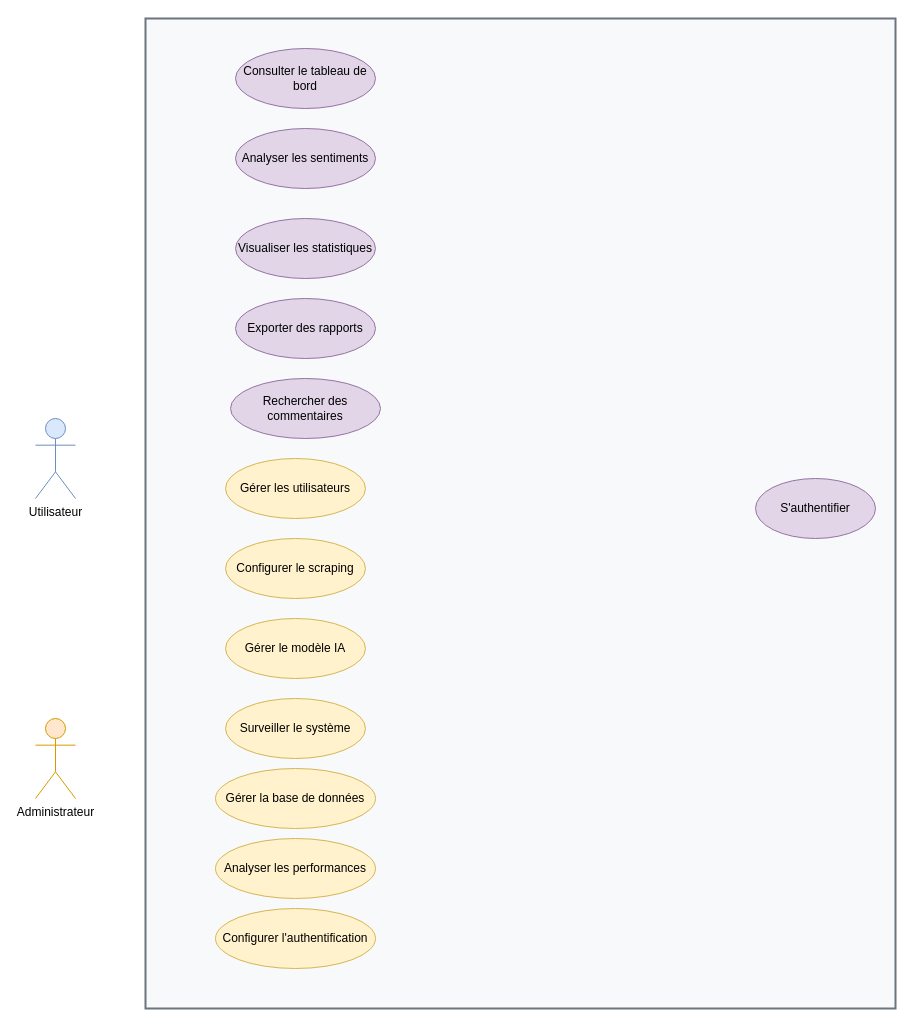
Earlier version of the draw.io diagram drawio/usecase.drawio (adilonam/latex-sentiment). Source tidied: cells renumbered, new cells numbered last; positions are measured from the earlier drawing's top-left corner, leaving out a move shared by most shapes. Both pictures are drawn from the tidied source at 100%, with x=0, y=0 at pixel (35, 18).
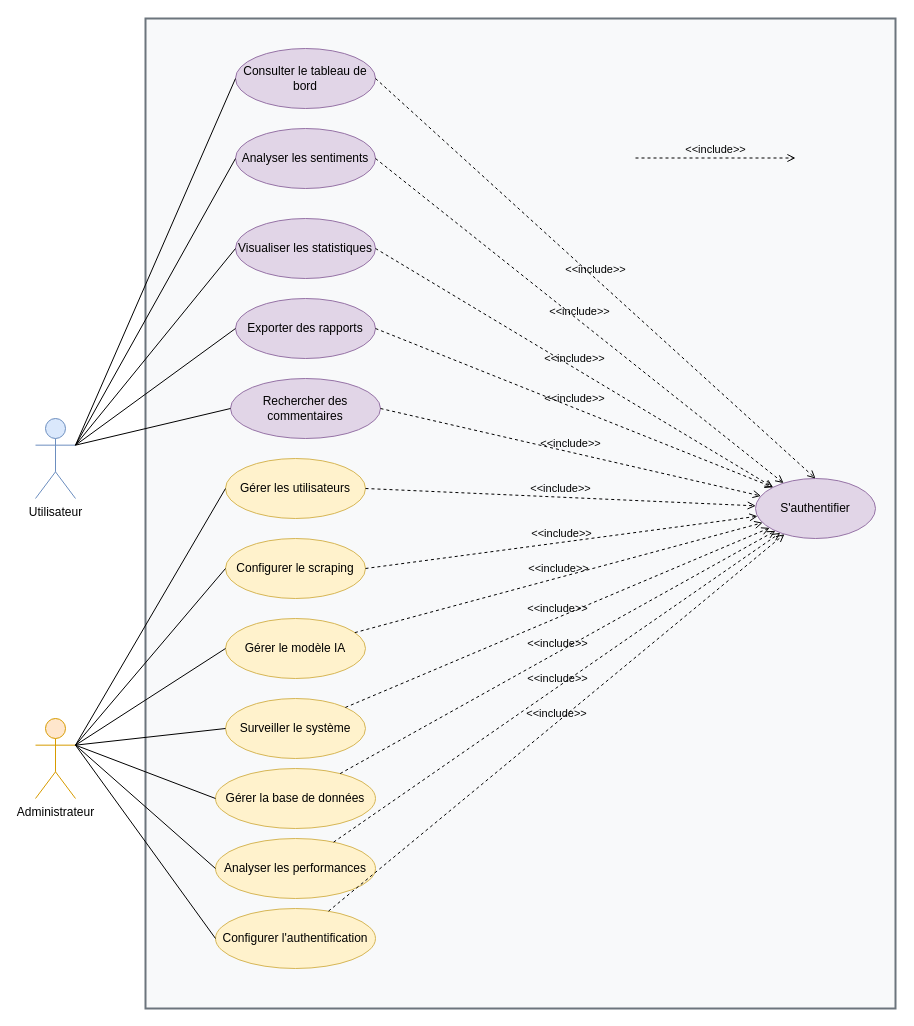
After the change.

Commit message:
draw io use case

The change refers to these unchanged cells:
```xml
<mxCell id="3" value="Utilisateur" style="shape=umlActor;html=1;verticalLabelPosition=bottom;verticalAlign=top;align=center;fillColor=#dae8fc;strokeColor=#6c8ebf;" parent="1" vertex="1">
  <mxGeometry y="400" width="40" height="80" as="geometry" />
</mxCell>
<mxCell id="4" value="Administrateur" style="shape=umlActor;html=1;verticalLabelPosition=bottom;verticalAlign=top;align=center;fillColor=#ffe6cc;strokeColor=#d79b00;" parent="1" vertex="1">
  <mxGeometry y="700" width="40" height="80" as="geometry" />
</mxCell>
<mxCell id="5" value="S'authentifier" style="ellipse;whiteSpace=wrap;html=1;fillColor=#e1d5e7;strokeColor=#9673a6;" parent="1" vertex="1">
  <mxGeometry x="720" y="460" width="120" height="60" as="geometry" />
</mxCell>
<mxCell id="6" value="Consulter le tableau de bord" style="ellipse;whiteSpace=wrap;html=1;fillColor=#e1d5e7;strokeColor=#9673a6;" parent="1" vertex="1">
  <mxGeometry x="200" y="30" width="140" height="60" as="geometry" />
</mxCell>
<mxCell id="7" value="Analyser les sentiments" style="ellipse;whiteSpace=wrap;html=1;fillColor=#e1d5e7;strokeColor=#9673a6;" parent="1" vertex="1">
  <mxGeometry x="200" y="110" width="140" height="60" as="geometry" />
</mxCell>
<mxCell id="8" value="Visualiser les statistiques" style="ellipse;whiteSpace=wrap;html=1;fillColor=#e1d5e7;strokeColor=#9673a6;" parent="1" vertex="1">
  <mxGeometry x="200" y="200" width="140" height="60" as="geometry" />
</mxCell>
<mxCell id="9" value="Exporter des rapports" style="ellipse;whiteSpace=wrap;html=1;fillColor=#e1d5e7;strokeColor=#9673a6;" parent="1" vertex="1">
  <mxGeometry x="200" y="280" width="140" height="60" as="geometry" />
</mxCell>
<mxCell id="10" value="Rechercher des commentaires" style="ellipse;whiteSpace=wrap;html=1;fillColor=#e1d5e7;strokeColor=#9673a6;" parent="1" vertex="1">
  <mxGeometry x="195" y="360" width="150" height="60" as="geometry" />
</mxCell>
<mxCell id="11" value="Gérer les utilisateurs" style="ellipse;whiteSpace=wrap;html=1;fillColor=#fff2cc;strokeColor=#d6b656;" parent="1" vertex="1">
  <mxGeometry x="190" y="440" width="140" height="60" as="geometry" />
</mxCell>
<mxCell id="12" value="Configurer le scraping" style="ellipse;whiteSpace=wrap;html=1;fillColor=#fff2cc;strokeColor=#d6b656;" parent="1" vertex="1">
  <mxGeometry x="190" y="520" width="140" height="60" as="geometry" />
</mxCell>
<mxCell id="13" value="Surveiller le système" style="ellipse;whiteSpace=wrap;html=1;fillColor=#fff2cc;strokeColor=#d6b656;" parent="1" vertex="1">
  <mxGeometry x="190" y="680" width="140" height="60" as="geometry" />
</mxCell>
<mxCell id="14" value="Gérer le modèle IA" style="ellipse;whiteSpace=wrap;html=1;fillColor=#fff2cc;strokeColor=#d6b656;" parent="1" vertex="1">
  <mxGeometry x="190" y="600" width="140" height="60" as="geometry" />
</mxCell>
<mxCell id="15" value="Configurer l'authentification" style="ellipse;whiteSpace=wrap;html=1;fillColor=#fff2cc;strokeColor=#d6b656;" parent="1" vertex="1">
  <mxGeometry x="180" y="890" width="160" height="60" as="geometry" />
</mxCell>
<mxCell id="16" value="Gérer la base de données" style="ellipse;whiteSpace=wrap;html=1;fillColor=#fff2cc;strokeColor=#d6b656;" parent="1" vertex="1">
  <mxGeometry x="180" y="750" width="160" height="60" as="geometry" />
</mxCell>
<mxCell id="17" value="Analyser les performances" style="ellipse;whiteSpace=wrap;html=1;fillColor=#fff2cc;strokeColor=#d6b656;" parent="1" vertex="1">
  <mxGeometry x="180" y="820" width="160" height="60" as="geometry" />
</mxCell>
```

Diff of the diagram source:
```diff
@@
+    <mxCell id="18" value="&amp;lt;&amp;lt;include&amp;gt;&amp;gt;" style="html=1;verticalAlign=bottom;labelBackgroundColor=none;endArrow=open;endFill=0;dashed=1;exitX=1;exitY=0.5;exitDx=0;exitDy=0;entryX=0.5;entryY=0;entryDx=0;entryDy=0;" parent="1" edge="1" source="6" target="5">
+      <mxGeometry relative="1" as="geometry" />
+    </mxCell>
+    <mxCell id="19" value="&amp;lt;&amp;lt;include&amp;gt;&amp;gt;" style="html=1;verticalAlign=bottom;labelBackgroundColor=none;endArrow=open;endFill=0;dashed=1;exitX=1;exitY=0.5;exitDx=0;exitDy=0;entryX=0;entryY=0;entryDx=0;entryDy=0;" parent="1" edge="1" source="9" target="5">
+      <mxGeometry relative="1" as="geometry" />
+    </mxCell>
+    <mxCell id="20" value="&amp;lt;&amp;lt;include&amp;gt;&amp;gt;" style="html=1;verticalAlign=bottom;labelBackgroundColor=none;endArrow=open;endFill=0;dashed=1;exitX=1;exitY=0.5;exitDx=0;exitDy=0;" parent="1" edge="1" source="11" target="5">
+      <mxGeometry relative="1" as="geometry" />
+    </mxCell>
+    <mxCell id="21" value="&amp;lt;&amp;lt;include&amp;gt;&amp;gt;" style="html=1;verticalAlign=bottom;labelBackgroundColor=none;endArrow=open;endFill=0;dashed=1;exitX=1;exitY=0.5;exitDx=0;exitDy=0;" parent="1" edge="1" source="10" target="5">
+      <mxGeometry relative="1" as="geometry" />
+    </mxCell>
+    <mxCell id="22" value="&amp;lt;&amp;lt;include&amp;gt;&amp;gt;" style="html=1;verticalAlign=bottom;labelBackgroundColor=none;endArrow=open;endFill=0;dashed=1;" parent="1" edge="1">
+      <mxGeometry relative="1" as="geometry">
+        <mxPoint x="600" y="139.5" as="sourcePoint" />
+        <mxPoint x="760" y="139.5" as="targetPoint" />
+      </mxGeometry>
+    </mxCell>
+    <mxCell id="23" value="&amp;lt;&amp;lt;include&amp;gt;&amp;gt;" style="html=1;verticalAlign=bottom;labelBackgroundColor=none;endArrow=open;endFill=0;dashed=1;exitX=1;exitY=0.5;exitDx=0;exitDy=0;entryX=0;entryY=0;entryDx=0;entryDy=0;" parent="1" edge="1" source="8" target="5">
+      <mxGeometry relative="1" as="geometry" />
+    </mxCell>
+    <mxCell id="24" value="&amp;lt;&amp;lt;include&amp;gt;&amp;gt;" style="html=1;verticalAlign=bottom;labelBackgroundColor=none;endArrow=open;endFill=0;dashed=1;exitX=1;exitY=0.5;exitDx=0;exitDy=0;" parent="1" edge="1" source="7" target="5">
+      <mxGeometry relative="1" as="geometry" />
+    </mxCell>
+    <mxCell id="25" value="&amp;lt;&amp;lt;include&amp;gt;&amp;gt;" style="html=1;verticalAlign=bottom;labelBackgroundColor=none;endArrow=open;endFill=0;dashed=1;exitX=1;exitY=0.5;exitDx=0;exitDy=0;" parent="1" edge="1" source="12" target="5">
+      <mxGeometry relative="1" as="geometry" />
+    </mxCell>
+    <mxCell id="26" value="&amp;lt;&amp;lt;include&amp;gt;&amp;gt;" style="html=1;verticalAlign=bottom;labelBackgroundColor=none;endArrow=open;endFill=0;dashed=1;" parent="1" edge="1" source="16" target="5">
+      <mxGeometry relative="1" as="geometry" />
+    </mxCell>
+    <mxCell id="27" value="&amp;lt;&amp;lt;include&amp;gt;&amp;gt;" style="html=1;verticalAlign=bottom;labelBackgroundColor=none;endArrow=open;endFill=0;dashed=1;" parent="1" edge="1" source="17" target="5">
+      <mxGeometry relative="1" as="geometry" />
+    </mxCell>
+    <mxCell id="28" value="&amp;lt;&amp;lt;include&amp;gt;&amp;gt;" style="html=1;verticalAlign=bottom;labelBackgroundColor=none;endArrow=open;endFill=0;dashed=1;" parent="1" edge="1" source="13" target="5">
+      <mxGeometry relative="1" as="geometry" />
+    </mxCell>
+    <mxCell id="29" value="&amp;lt;&amp;lt;include&amp;gt;&amp;gt;" style="html=1;verticalAlign=bottom;labelBackgroundColor=none;endArrow=open;endFill=0;dashed=1;" parent="1" edge="1" source="14" target="5">
+      <mxGeometry relative="1" as="geometry" />
+    </mxCell>
+    <mxCell id="30" value="&amp;lt;&amp;lt;include&amp;gt;&amp;gt;" style="html=1;verticalAlign=bottom;labelBackgroundColor=none;endArrow=open;endFill=0;dashed=1;" parent="1" edge="1" source="15" target="5">
+      <mxGeometry relative="1" as="geometry" />
+    </mxCell>
+    <mxCell id="31" style="endArrow=none;html=1;exitX=1;exitY=0.3333333333333333;exitDx=0;exitDy=0;exitPerimeter=0;entryX=0;entryY=0.5;entryDx=0;entryDy=0;" parent="1" edge="1" source="4" target="17">
+      <mxGeometry relative="1" as="geometry" />
+    </mxCell>
+    <mxCell id="32" style="endArrow=none;html=1;exitX=1;exitY=0.3333333333333333;exitDx=0;exitDy=0;exitPerimeter=0;entryX=0;entryY=0.5;entryDx=0;entryDy=0;" parent="1" edge="1" source="4" target="15">
+      <mxGeometry relative="1" as="geometry" />
+    </mxCell>
+    <mxCell id="33" style="endArrow=none;html=1;exitX=0;exitY=0.5;exitDx=0;exitDy=0;entryX=1;entryY=0.3333333333333333;entryDx=0;entryDy=0;entryPerimeter=0;" parent="1" edge="1" source="16" target="4">
+      <mxGeometry relative="1" as="geometry" />
+    </mxCell>
+    <mxCell id="34" style="endArrow=none;html=1;exitX=1;exitY=0.3333333333333333;exitDx=0;exitDy=0;exitPerimeter=0;entryX=0;entryY=0.5;entryDx=0;entryDy=0;" parent="1" edge="1" source="4" target="13">
+      <mxGeometry relative="1" as="geometry" />
+    </mxCell>
+    <mxCell id="35" style="endArrow=none;html=1;entryX=0;entryY=0.5;entryDx=0;entryDy=0;exitX=1;exitY=0.3333333333333333;exitDx=0;exitDy=0;exitPerimeter=0;" parent="1" edge="1" source="4" target="14">
+      <mxGeometry relative="1" as="geometry" />
+    </mxCell>
+    <mxCell id="36" style="endArrow=none;html=1;entryX=0;entryY=0.5;entryDx=0;entryDy=0;exitX=1;exitY=0.3333333333333333;exitDx=0;exitDy=0;exitPerimeter=0;" parent="1" edge="1" source="4" target="12">
+      <mxGeometry relative="1" as="geometry" />
+    </mxCell>
+    <mxCell id="37" style="endArrow=none;html=1;entryX=0;entryY=0.5;entryDx=0;entryDy=0;exitX=1;exitY=0.3333333333333333;exitDx=0;exitDy=0;exitPerimeter=0;" parent="1" edge="1" source="4" target="11">
+      <mxGeometry relative="1" as="geometry" />
+    </mxCell>
+    <mxCell id="38" style="endArrow=none;html=1;exitX=1;exitY=0.3333333333333333;exitDx=0;exitDy=0;exitPerimeter=0;entryX=0;entryY=0.5;entryDx=0;entryDy=0;" parent="1" edge="1" source="3" target="10">
+      <mxGeometry relative="1" as="geometry" />
+    </mxCell>
+    <mxCell id="39" style="endArrow=none;html=1;exitX=1;exitY=0.3333333333333333;exitDx=0;exitDy=0;exitPerimeter=0;entryX=0;entryY=0.5;entryDx=0;entryDy=0;" parent="1" edge="1" source="3" target="9">
+      <mxGeometry relative="1" as="geometry" />
+    </mxCell>
+    <mxCell id="40" style="endArrow=none;html=1;exitX=1;exitY=0.3333333333333333;exitDx=0;exitDy=0;exitPerimeter=0;entryX=0;entryY=0.5;entryDx=0;entryDy=0;" parent="1" edge="1" source="3" target="8">
+      <mxGeometry relative="1" as="geometry" />
+    </mxCell>
+    <mxCell id="41" style="endArrow=none;html=1;exitX=1;exitY=0.3333333333333333;exitDx=0;exitDy=0;exitPerimeter=0;entryX=0;entryY=0.5;entryDx=0;entryDy=0;" parent="1" edge="1" source="3" target="7">
+      <mxGeometry relative="1" as="geometry" />
+    </mxCell>
+    <mxCell id="42" style="endArrow=none;html=1;exitX=1;exitY=0.3333333333333333;exitDx=0;exitDy=0;exitPerimeter=0;entryX=0;entryY=0.5;entryDx=0;entryDy=0;" parent="1" edge="1" source="3" target="6">
+      <mxGeometry relative="1" as="geometry" />
+    </mxCell>
```
